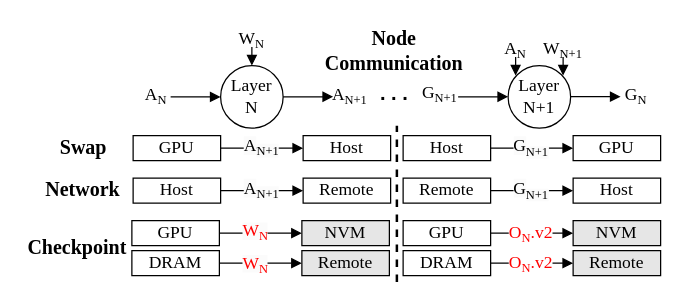
Above: fig/pipeline2.drawio in icszhr/NCheck (draw.io), before the change. Source tidied: cells renumbered, new cells numbered last; positions are measured from the earlier drawing's top-left corner, leaving out a move shared by most shapes. Both pictures are drawn from the tidied source at 125%, with x=0, y=0 at pixel (21, 21).
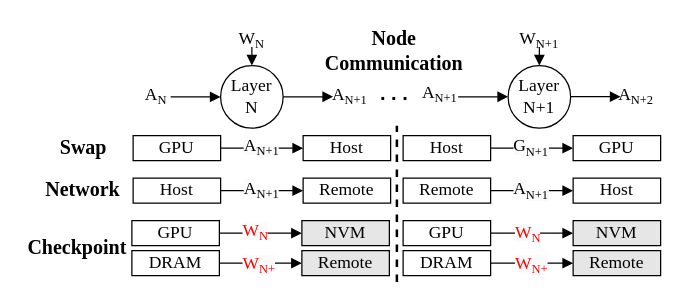
The same page after the edit.

The change refers to these unchanged cells:
```xml
<mxCell id="22" style="edgeStyle=orthogonalEdgeStyle;rounded=0;jettySize=auto;html=1;entryX=0;entryY=0.5;entryDx=0;entryDy=0;endArrow=block;endFill=1;exitX=1;exitY=0.5;exitDx=0;exitDy=0;fontFamily=Times New Roman;" parent="1" edge="1" source="24" target="25">
  <mxGeometry relative="1" as="geometry" />
</mxCell>
```

What changed in the source:
```diff
@@
-    <mxCell id="13" style="edgeStyle=orthogonalEdgeStyle;rounded=0;orthogonalLoop=1;jettySize=auto;html=1;endArrow=none;endFill=0;startArrow=block;startFill=1;fontFamily=Times New Roman;" parent="1" edge="1">
-      <mxGeometry relative="1" as="geometry">
-        <mxPoint x="395" y="43" as="sourcePoint" />
-        <mxPoint x="395" y="28" as="targetPoint" />
-      </mxGeometry>
-    </mxCell>
-    <mxCell id="14" value="&lt;font style=&quot;&quot;&gt;&lt;span style=&quot;font-size: 14px;&quot;&gt;A&lt;/span&gt;&lt;sub style=&quot;&quot;&gt;&lt;font style=&quot;font-size: 10px;&quot;&gt;N&lt;/font&gt;&lt;/sub&gt;&lt;/font&gt;" style="text;html=1;align=center;verticalAlign=middle;whiteSpace=wrap;rounded=0;fontFamily=Times New Roman;" parent="1" vertex="1">
-      <mxGeometry x="365" y="8" width="60" height="30" as="geometry" />
-    </mxCell>
     <mxCell id="15" style="edgeStyle=orthogonalEdgeStyle;rounded=0;orthogonalLoop=1;jettySize=auto;html=1;endArrow=none;endFill=0;startArrow=block;startFill=1;fontFamily=Times New Roman;" parent="1" edge="1">
       <mxGeometry relative="1" as="geometry">
-        <mxPoint x="433" y="43" as="sourcePoint" />
-        <mxPoint x="433" y="28" as="targetPoint" />
+        <mxPoint x="414" y="35" as="sourcePoint" />
+        <mxPoint x="414" y="20" as="targetPoint" />
       </mxGeometry>
     </mxCell>
     <mxCell id="16" value="&lt;font style=&quot;&quot;&gt;&lt;span style=&quot;font-size: 14px;&quot;&gt;W&lt;/span&gt;&lt;sub style=&quot;&quot;&gt;&lt;font style=&quot;font-size: 10px;&quot;&gt;N+1&lt;/font&gt;&lt;/sub&gt;&lt;/font&gt;" style="text;html=1;align=center;verticalAlign=middle;whiteSpace=wrap;rounded=0;fontFamily=Times New Roman;" parent="1" vertex="1">
-      <mxGeometry x="403" y="8" width="60" height="30" as="geometry" />
+      <mxGeometry x="384" width="60" height="30" as="geometry" />
     </mxCell>
@@
-    <mxCell id="18" value="&lt;font style=&quot;&quot;&gt;&lt;span style=&quot;font-size: 14px;&quot;&gt;G&lt;/span&gt;&lt;sub style=&quot;&quot;&gt;&lt;font style=&quot;font-size: 10px;&quot;&gt;N&lt;/font&gt;&lt;/sub&gt;&lt;/font&gt;" style="text;html=1;align=center;verticalAlign=middle;whiteSpace=wrap;rounded=0;fontFamily=Times New Roman;" parent="1" vertex="1">
+    <mxCell id="18" value="&lt;span style=&quot;font-size: 14px;&quot;&gt;A&lt;/span&gt;&lt;sub&gt;N+2&lt;/sub&gt;" style="text;html=1;align=center;verticalAlign=middle;whiteSpace=wrap;rounded=0;fontFamily=Times New Roman;" parent="1" vertex="1">
       <mxGeometry x="478.5" y="45" width="25" height="30" as="geometry" />
     </mxCell>
@@
-    <mxCell id="23" value="&lt;font style=&quot;&quot;&gt;&lt;span style=&quot;font-size: 14px; font-family: &amp;quot;Times New Roman&amp;quot;; text-wrap: wrap; background-color: rgb(251, 251, 251);&quot;&gt;G&lt;/span&gt;&lt;sub style=&quot;font-family: &amp;quot;Times New Roman&amp;quot;; text-wrap: wrap; background-color: rgb(251, 251, 251);&quot;&gt;&lt;font style=&quot;font-size: 10px;&quot;&gt;N+1&lt;/font&gt;&lt;/sub&gt;&lt;/font&gt;" style="edgeLabel;html=1;align=center;verticalAlign=middle;" parent="22" vertex="1">
+    <mxCell id="23" value="&lt;font style=&quot;&quot;&gt;&lt;span style=&quot;font-size: 14px; font-family: &amp;quot;Times New Roman&amp;quot;; text-wrap: wrap; background-color: rgb(251, 251, 251);&quot;&gt;A&lt;/span&gt;&lt;sub style=&quot;font-family: &amp;quot;Times New Roman&amp;quot;; text-wrap: wrap; background-color: rgb(251, 251, 251);&quot;&gt;&lt;font style=&quot;font-size: 10px;&quot;&gt;N+1&lt;/font&gt;&lt;/sub&gt;&lt;/font&gt;" style="edgeLabel;html=1;align=center;verticalAlign=middle;" parent="22" vertex="1">
       <mxGeometry x="-0.22" y="1" relative="1" as="geometry">
         <mxPoint x="5" as="offset" />
       </mxGeometry>
     </mxCell>
@@
-    <mxCell id="34" value="&lt;font style=&quot;&quot;&gt;&lt;span style=&quot;font-size: 14px;&quot;&gt;G&lt;/span&gt;&lt;sub style=&quot;&quot;&gt;&lt;font style=&quot;font-size: 10px;&quot;&gt;N+1&lt;/font&gt;&lt;/sub&gt;&lt;/font&gt;" style="text;html=1;align=center;verticalAlign=middle;whiteSpace=wrap;rounded=0;fontFamily=Times New Roman;" parent="1" vertex="1">
+    <mxCell id="34" value="&lt;font style=&quot;&quot;&gt;&lt;span style=&quot;font-size: 14px;&quot;&gt;A&lt;/span&gt;&lt;sub style=&quot;&quot;&gt;&lt;font style=&quot;font-size: 10px;&quot;&gt;N+1&lt;/font&gt;&lt;/sub&gt;&lt;/font&gt;" style="text;html=1;align=center;verticalAlign=middle;whiteSpace=wrap;rounded=0;fontFamily=Times New Roman;" parent="1" vertex="1">
       <mxGeometry x="322" y="43" width="25" height="30" as="geometry" />
     </mxCell>
@@
-    <mxCell id="39" value="&lt;span style=&quot;font-family: &amp;quot;Times New Roman&amp;quot;; text-wrap: wrap; background-color: initial; font-size: 14px; color: rgb(255, 0, 0);&quot;&gt;O&lt;/span&gt;&lt;span style=&quot;font-family: &amp;quot;Times New Roman&amp;quot;; font-size: 12px; text-wrap: wrap; background-color: initial; color: rgb(255, 0, 0);&quot;&gt;&lt;sub&gt;N&lt;/sub&gt;&lt;font style=&quot;font-size: 14px;&quot;&gt;.v2&lt;/font&gt;&lt;/span&gt;" style="edgeLabel;html=1;align=center;verticalAlign=middle;" parent="1" vertex="1">
-      <mxGeometry x="406" y="169" as="geometry" />
-    </mxCell>
@@
-    <mxCell id="51" value="&lt;span style=&quot;font-family: &amp;quot;Times New Roman&amp;quot;; text-wrap: wrap; background-color: initial; font-size: 14px; color: rgb(255, 0, 0);&quot;&gt;O&lt;/span&gt;&lt;span style=&quot;font-family: &amp;quot;Times New Roman&amp;quot;; font-size: 12px; text-wrap: wrap; background-color: initial; color: rgb(255, 0, 0);&quot;&gt;&lt;sub&gt;N&lt;/sub&gt;&lt;font style=&quot;font-size: 14px;&quot;&gt;.v2&lt;/font&gt;&lt;/span&gt;" style="edgeLabel;html=1;align=center;verticalAlign=middle;" parent="1" vertex="1">
-      <mxGeometry x="406" y="193" as="geometry" />
-    </mxCell>
@@
-    <mxCell id="55" value="&lt;font style=&quot;&quot;&gt;&lt;span style=&quot;font-style: normal; font-variant-ligatures: normal; font-variant-caps: normal; font-weight: 400; letter-spacing: normal; orphans: 2; text-align: center; text-indent: 0px; text-transform: none; widows: 2; word-spacing: 0px; -webkit-text-stroke-width: 0px; white-space: normal; background-color: rgb(251, 251, 251); text-decoration-thickness: initial; text-decoration-style: initial; text-decoration-color: initial; float: none; display: inline !important;&quot;&gt;&lt;span style=&quot;font-size: 14px; color: rgb(255, 0, 0);&quot;&gt;W&lt;/span&gt;&lt;sub style=&quot;&quot;&gt;&lt;font style=&quot;&quot;&gt;&lt;font style=&quot;font-size: 10px;&quot; color=&quot;#ff0000&quot;&gt;N&lt;/font&gt;&lt;/font&gt;&lt;/sub&gt;&lt;/span&gt;&lt;/font&gt;" style="text;whiteSpace=wrap;html=1;fontFamily=Times New Roman;" parent="1" vertex="1">
+    <mxCell id="55" value="&lt;font style=&quot;&quot;&gt;&lt;span style=&quot;font-style: normal; font-variant-ligatures: normal; font-variant-caps: normal; font-weight: 400; letter-spacing: normal; orphans: 2; text-align: center; text-indent: 0px; text-transform: none; widows: 2; word-spacing: 0px; -webkit-text-stroke-width: 0px; white-space: normal; background-color: rgb(251, 251, 251); text-decoration-thickness: initial; text-decoration-style: initial; text-decoration-color: initial; float: none; display: inline !important;&quot;&gt;&lt;span style=&quot;font-size: 14px; color: rgb(255, 0, 0);&quot;&gt;W&lt;/span&gt;&lt;sub style=&quot;&quot;&gt;&lt;font style=&quot;&quot;&gt;&lt;font style=&quot;font-size: 10px;&quot; color=&quot;#ff0000&quot;&gt;N+&lt;/font&gt;&lt;/font&gt;&lt;/sub&gt;&lt;/span&gt;&lt;/font&gt;" style="text;whiteSpace=wrap;html=1;fontFamily=Times New Roman;" parent="1" vertex="1">
       <mxGeometry x="175" y="179" width="29" height="30" as="geometry" />
     </mxCell>
+    <mxCell id="56" value="&lt;font style=&quot;&quot;&gt;&lt;span style=&quot;font-style: normal; font-variant-ligatures: normal; font-variant-caps: normal; font-weight: 400; letter-spacing: normal; orphans: 2; text-align: center; text-indent: 0px; text-transform: none; widows: 2; word-spacing: 0px; -webkit-text-stroke-width: 0px; white-space: normal; background-color: rgb(251, 251, 251); text-decoration-thickness: initial; text-decoration-style: initial; text-decoration-color: initial; float: none; display: inline !important;&quot;&gt;&lt;span style=&quot;font-size: 14px; color: rgb(255, 0, 0);&quot;&gt;W&lt;/span&gt;&lt;sub style=&quot;&quot;&gt;&lt;font style=&quot;&quot;&gt;&lt;font style=&quot;font-size: 10px;&quot; color=&quot;#ff0000&quot;&gt;N&lt;/font&gt;&lt;/font&gt;&lt;/sub&gt;&lt;/span&gt;&lt;/font&gt;" style="text;whiteSpace=wrap;html=1;fontFamily=Times New Roman;" parent="1" vertex="1">
+      <mxGeometry x="392.5" y="154" width="29" height="30" as="geometry" />
+    </mxCell>
+    <mxCell id="57" value="&lt;font style=&quot;&quot;&gt;&lt;span style=&quot;font-style: normal; font-variant-ligatures: normal; font-variant-caps: normal; font-weight: 400; letter-spacing: normal; orphans: 2; text-align: center; text-indent: 0px; text-transform: none; widows: 2; word-spacing: 0px; -webkit-text-stroke-width: 0px; white-space: normal; background-color: rgb(251, 251, 251); text-decoration-thickness: initial; text-decoration-style: initial; text-decoration-color: initial; float: none; display: inline !important;&quot;&gt;&lt;span style=&quot;font-size: 14px; color: rgb(255, 0, 0);&quot;&gt;W&lt;/span&gt;&lt;sub style=&quot;&quot;&gt;&lt;font style=&quot;&quot;&gt;&lt;font style=&quot;font-size: 10px;&quot; color=&quot;#ff0000&quot;&gt;N+&lt;/font&gt;&lt;/font&gt;&lt;/sub&gt;&lt;/span&gt;&lt;/font&gt;" style="text;whiteSpace=wrap;html=1;fontFamily=Times New Roman;" parent="1" vertex="1">
+      <mxGeometry x="393" y="179" width="29" height="30" as="geometry" />
+    </mxCell>
```
